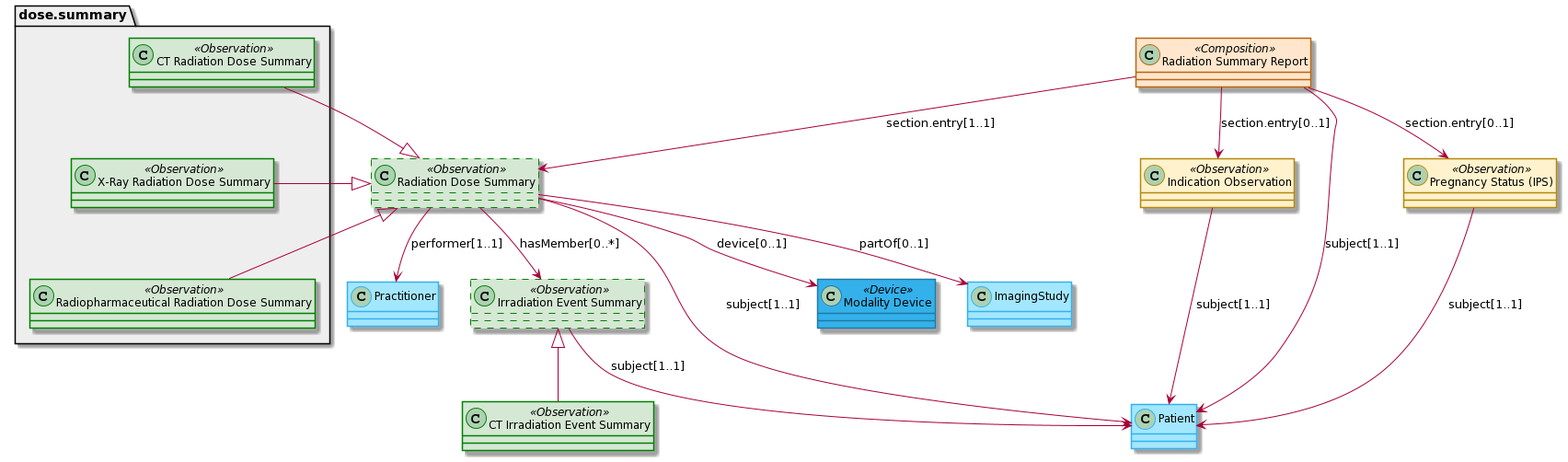
HL7/fhir-radiation-dose-summary-ig keeps this PlantUML diagram as input/images/archi.png. Above is the earlier version.
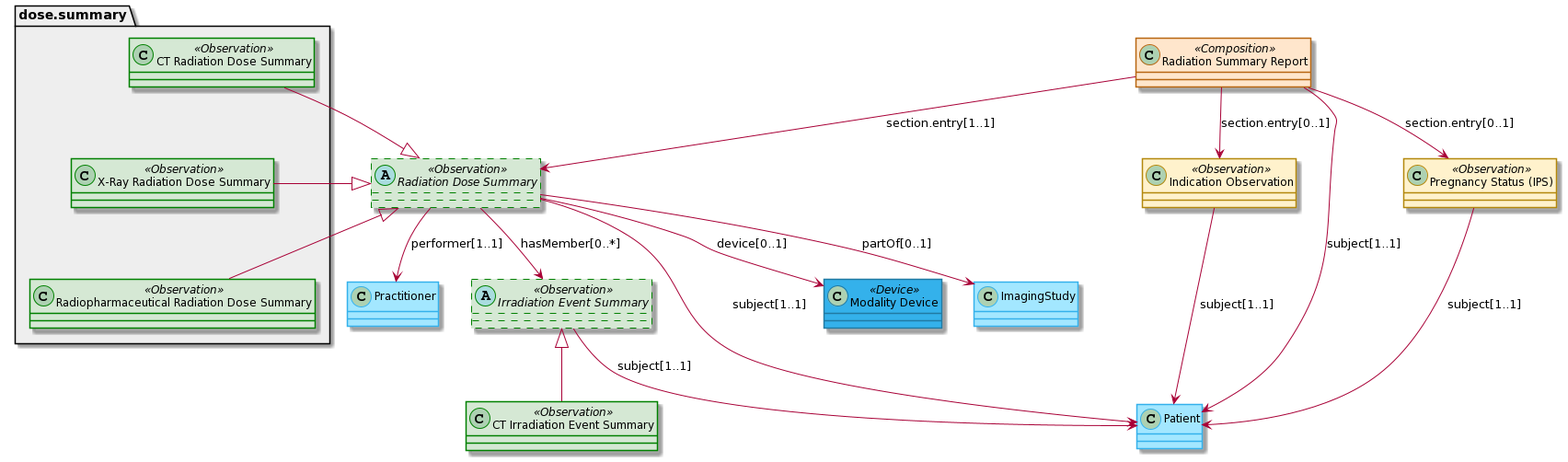
After the change.

Change to the diagram source:
```diff
@@ -1,10 +1,10 @@
 @startuml
 class "Radiation Summary Report" as RSR <<Composition>> #ffe6cc ##b86611
-class "Radiation Dose Summary" as DoseSummary <<Observation>> #d5e8d4 ##[dashed]green
+abstract class "Radiation Dose Summary" as DoseSummary <<Observation>> #d5e8d4 ##[dashed]green
 class "Pregnancy Status (IPS)" as PregnancyStatus <<Observation>> #fff2cc ##b3880c
 class "Indication Observation" as Indication <<Observation>> #fff2cc ##b3880c
 class "Modality Device" as Modality <<Device>> #34b1eb ##217aa3
-class "Irradiation Event Summary" as IrradiationEvent <<Observation>> #d5e8d4 ##[dashed]green
+abstract class "Irradiation Event Summary" as IrradiationEvent <<Observation>> #d5e8d4 ##[dashed]green
 class "CT Irradiation Event Summary" as CTIrradiationEvent <<Observation>> #d5e8d4 ##green
 class "ImagingStudy" as ImagingStudy #a3e7ff ##34b1eb
 class "Patient" as Patient #a3e7ff ##34b1eb
```
